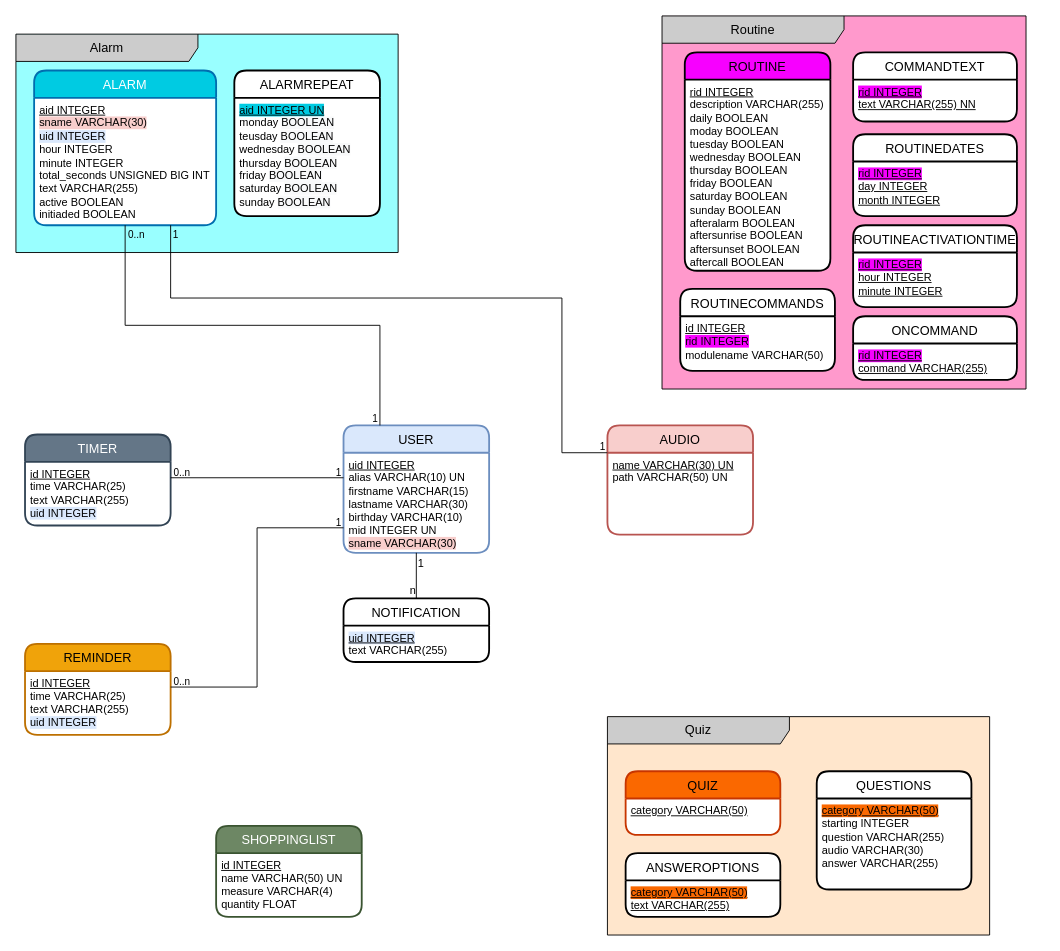
This is doc/database/files/erm.drawio from TrellixVulnTeam/Jarvis_ENYN, a draw.io file, before an edit. Source tidied: cells renumbered, new cells numbered last; positions are measured from the earlier drawing's top-left corner, leaving out a move shared by most shapes. Both pictures are drawn from the tidied source at 91%, with x=0, y=0 at pixel (15, 15).
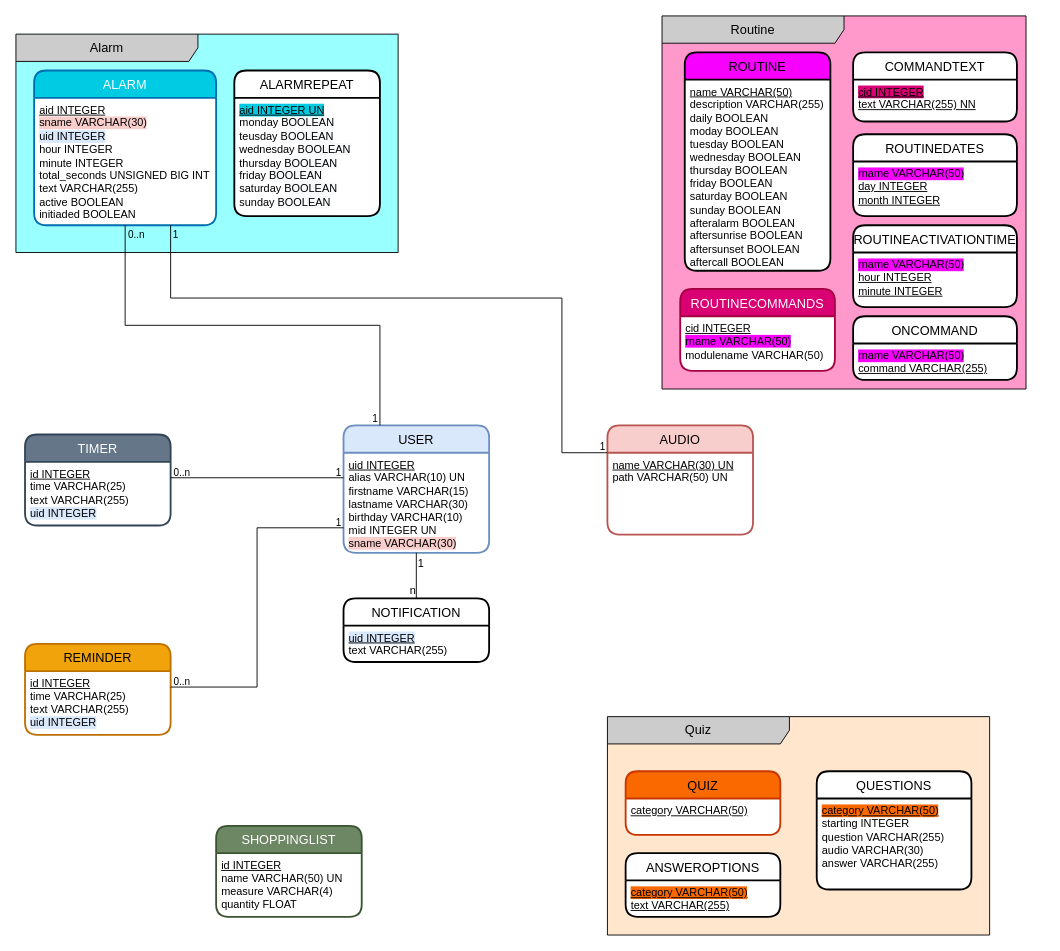
The same page after the edit.

Commit message:
improved routine design

The change refers to these unchanged cells:
```xml
<mxCell id="13" style="group;" parent="12" vertex="1">
  <mxGeometry width="400" height="420" as="geometry" />
</mxCell>
<mxCell id="15" value="ROUTINE" style="swimlane;horizontal=1;startSize=30;rounded=1;fontSize=14;fontStyle=0;strokeWidth=2;shadow=0;dashed=0;align=center;swimlaneFillColor=default;fillColor=#F700FF;" parent="13" vertex="1">
  <mxGeometry x="25" y="40" width="160" height="240" as="geometry" />
</mxCell>
<mxCell id="19" value="COMMANDTEXT" style="swimlane;horizontal=1;startSize=30;rounded=1;fontSize=14;fontStyle=0;strokeWidth=2;shadow=0;dashed=0;align=center;swimlaneFillColor=default;" parent="13" vertex="1">
  <mxGeometry x="210" y="40" width="180" height="76" as="geometry" />
</mxCell>
<mxCell id="21" value="ROUTINEDATES" style="swimlane;horizontal=1;startSize=30;rounded=1;fontSize=14;fontStyle=0;strokeWidth=2;shadow=0;dashed=0;align=center;swimlaneFillColor=default;" parent="13" vertex="1">
  <mxGeometry x="210" y="130" width="180" height="90" as="geometry" />
</mxCell>
<mxCell id="23" value="ROUTINEACTIVATIONTIME" style="swimlane;horizontal=1;startSize=30;rounded=1;fontSize=14;fontStyle=0;strokeWidth=2;shadow=0;dashed=0;align=center;swimlaneFillColor=default;" parent="13" vertex="1">
  <mxGeometry x="210" y="230" width="180" height="90" as="geometry" />
</mxCell>
<mxCell id="25" value="ONCOMMAND" style="swimlane;horizontal=1;startSize=30;rounded=1;fontSize=14;fontStyle=0;strokeWidth=2;shadow=0;dashed=0;align=center;swimlaneFillColor=default;" parent="13" vertex="1">
  <mxGeometry x="210" y="330" width="180" height="70" as="geometry" />
</mxCell>
```

Diff of the diagram source:
```diff
@@
-    <mxCell id="16" value="&lt;u&gt;rid INTEGER&lt;br&gt;&lt;/u&gt;description VARCHAR(255)&lt;br&gt;daily BOOLEAN&lt;br&gt;moday BOOLEAN&lt;br&gt;tuesday BOOLEAN&lt;br&gt;wednesday BOOLEAN&lt;br&gt;thursday BOOLEAN&lt;br&gt;friday BOOLEAN&lt;br&gt;saturday BOOLEAN&lt;br&gt;sunday BOOLEAN&lt;br&gt;afteralarm BOOLEAN&lt;br&gt;aftersunrise BOOLEAN&lt;br&gt;aftersunset BOOLEAN&lt;br&gt;aftercall BOOLEAN" style="align=left;strokeColor=none;fillColor=none;spacingLeft=4;fontSize=12;verticalAlign=top;html=1;" parent="15" vertex="1">
+    <mxCell id="16" value="&lt;u&gt;name VARCHAR(50)&lt;br&gt;&lt;/u&gt;description VARCHAR(255)&lt;br&gt;daily BOOLEAN&lt;br&gt;moday BOOLEAN&lt;br&gt;tuesday BOOLEAN&lt;br&gt;wednesday BOOLEAN&lt;br&gt;thursday BOOLEAN&lt;br&gt;friday BOOLEAN&lt;br&gt;saturday BOOLEAN&lt;br&gt;sunday BOOLEAN&lt;br&gt;afteralarm BOOLEAN&lt;br&gt;aftersunrise BOOLEAN&lt;br&gt;aftersunset BOOLEAN&lt;br&gt;aftercall BOOLEAN" style="align=left;strokeColor=none;fillColor=none;spacingLeft=4;fontSize=12;verticalAlign=top;html=1;" parent="15" vertex="1">
       <mxGeometry y="30" width="160" height="210" as="geometry" />
     </mxCell>
-    <mxCell id="17" value="ROUTINECOMMANDS" style="swimlane;horizontal=1;startSize=30;rounded=1;fontSize=14;fontStyle=0;strokeWidth=2;shadow=0;dashed=0;align=center;swimlaneFillColor=default;" parent="13" vertex="1">
+    <mxCell id="17" value="ROUTINECOMMANDS" style="swimlane;horizontal=1;startSize=30;rounded=1;fontSize=14;fontStyle=0;strokeWidth=2;shadow=0;dashed=0;align=center;swimlaneFillColor=default;fillColor=#D80073;fontColor=#ffffff;strokeColor=#A50040;" parent="13" vertex="1">
       <mxGeometry x="20" y="300" width="170" height="90" as="geometry" />
     </mxCell>
-    <mxCell id="18" value="&lt;u&gt;id INTEGER&lt;/u&gt;&lt;br&gt;&lt;span style=&quot;background-color: rgb(247 , 0 , 255)&quot;&gt;rid INTEGER&lt;/span&gt;&lt;br&gt;modulename VARCHAR(50)" style="align=left;strokeColor=none;fillColor=none;spacingLeft=4;fontSize=12;verticalAlign=top;html=1;" parent="17" vertex="1">
+    <mxCell id="18" value="&lt;u&gt;cid INTEGER&lt;/u&gt;&lt;br&gt;&lt;span style=&quot;background-color: rgb(247 , 0 , 255)&quot;&gt;rname VARCHAR(50)&lt;/span&gt;&lt;br&gt;modulename VARCHAR(50)" style="align=left;strokeColor=none;fillColor=none;spacingLeft=4;fontSize=12;verticalAlign=top;html=1;" parent="17" vertex="1">
       <mxGeometry y="30" width="170" height="60" as="geometry" />
     </mxCell>
@@
-    <mxCell id="20" value="&lt;u&gt;&lt;span style=&quot;background-color: rgb(247 , 0 , 255)&quot;&gt;rid INTEGER&lt;/span&gt;&lt;br&gt;text VARCHAR(255) NN&lt;/u&gt;" style="align=left;strokeColor=none;fillColor=none;spacingLeft=4;fontSize=12;verticalAlign=top;html=1;" parent="19" vertex="1">
+    <mxCell id="20" value="&lt;u&gt;&lt;span style=&quot;background-color: rgb(216 , 0 , 115)&quot;&gt;cid INTEGER&lt;/span&gt;&lt;br&gt;text VARCHAR(255) NN&lt;/u&gt;" style="align=left;strokeColor=none;fillColor=none;spacingLeft=4;fontSize=12;verticalAlign=top;html=1;" parent="19" vertex="1">
       <mxGeometry y="30" width="180" height="46" as="geometry" />
     </mxCell>
@@
-    <mxCell id="22" value="&lt;u&gt;&lt;span style=&quot;background-color: rgb(247 , 0 , 255)&quot;&gt;rid INTEGER&lt;/span&gt;&lt;br&gt;day INTEGER&lt;br&gt;month INTEGER&lt;/u&gt;" style="align=left;strokeColor=none;fillColor=none;spacingLeft=4;fontSize=12;verticalAlign=top;html=1;" parent="21" vertex="1">
+    <mxCell id="22" value="&lt;span style=&quot;background-color: rgb(247 , 0 , 255)&quot;&gt;rname VARCHAR(50)&lt;/span&gt;&lt;u&gt;&lt;br&gt;day INTEGER&lt;br&gt;month INTEGER&lt;/u&gt;" style="align=left;strokeColor=none;fillColor=none;spacingLeft=4;fontSize=12;verticalAlign=top;html=1;" parent="21" vertex="1">
       <mxGeometry y="30" width="180" height="60" as="geometry" />
     </mxCell>
@@
-    <mxCell id="24" value="&lt;u&gt;&lt;span style=&quot;background-color: rgb(247 , 0 , 255)&quot;&gt;rid INTEGER&lt;/span&gt;&lt;br&gt;hour INTEGER&lt;br&gt;minute INTEGER&lt;/u&gt;" style="align=left;strokeColor=none;fillColor=none;spacingLeft=4;fontSize=12;verticalAlign=top;html=1;" parent="23" vertex="1">
+    <mxCell id="24" value="&lt;span style=&quot;background-color: rgb(247 , 0 , 255)&quot;&gt;rname VARCHAR(50)&lt;/span&gt;&lt;u&gt;&lt;br&gt;hour INTEGER&lt;br&gt;minute INTEGER&lt;/u&gt;" style="align=left;strokeColor=none;fillColor=none;spacingLeft=4;fontSize=12;verticalAlign=top;html=1;" parent="23" vertex="1">
       <mxGeometry y="30" width="180" height="60" as="geometry" />
     </mxCell>
@@
-    <mxCell id="26" value="&lt;u&gt;&lt;span style=&quot;background-color: rgb(247 , 0 , 255)&quot;&gt;rid INTEGER&lt;/span&gt;&lt;br&gt;command VARCHAR(255)&lt;br&gt;&lt;/u&gt;" style="align=left;strokeColor=none;fillColor=none;spacingLeft=4;fontSize=12;verticalAlign=top;html=1;" parent="25" vertex="1">
+    <mxCell id="26" value="&lt;span style=&quot;background-color: rgb(247 , 0 , 255)&quot;&gt;rname VARCHAR(50)&lt;/span&gt;&lt;u&gt;&lt;br&gt;command VARCHAR(255)&lt;br&gt;&lt;/u&gt;" style="align=left;strokeColor=none;fillColor=none;spacingLeft=4;fontSize=12;verticalAlign=top;html=1;" parent="25" vertex="1">
       <mxGeometry y="30" width="180" height="40" as="geometry" />
     </mxCell>
```
